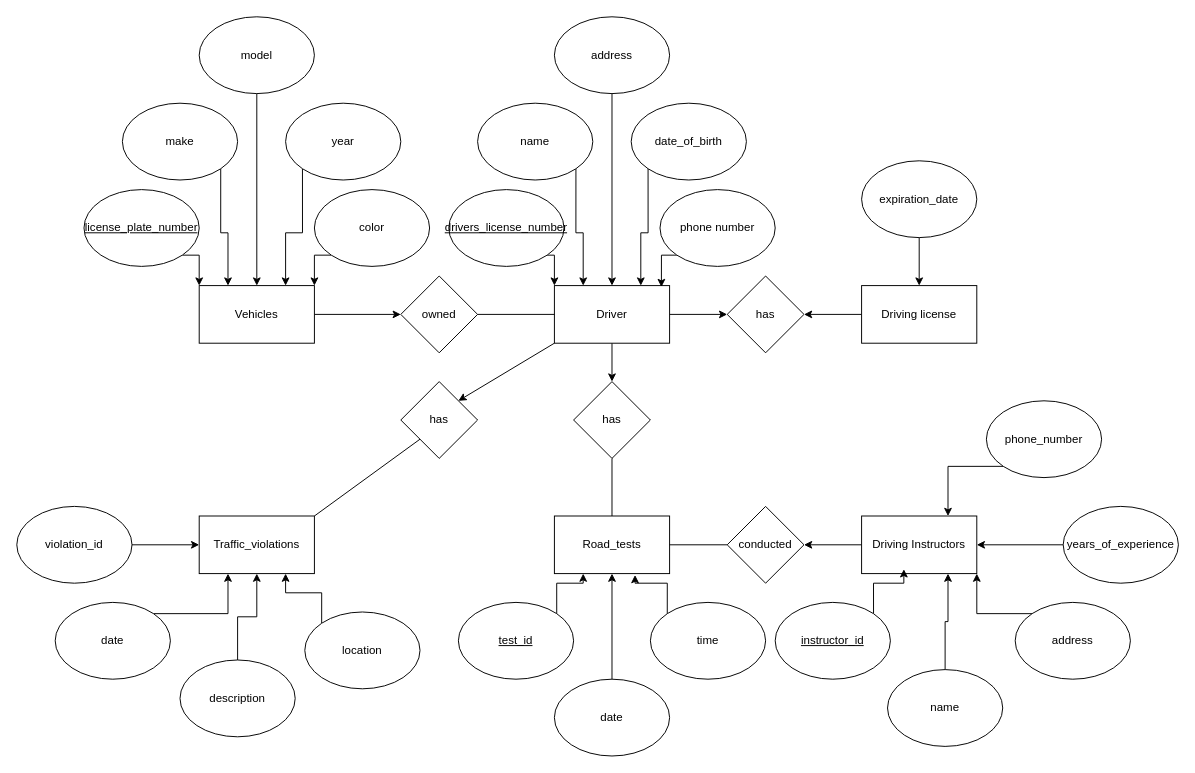
Above: page "Assignment 1" (4 of 4) of Untitled Diagram.drawio in StianVR/DAT220 (draw.io), before the change. Source tidied: cells renumbered, new cells numbered last; positions are measured from the earlier drawing's top-left corner, leaving out a move shared by most shapes. Both pictures are drawn from the tidied source at 96%, with x=0, y=0 at pixel (16, 16).
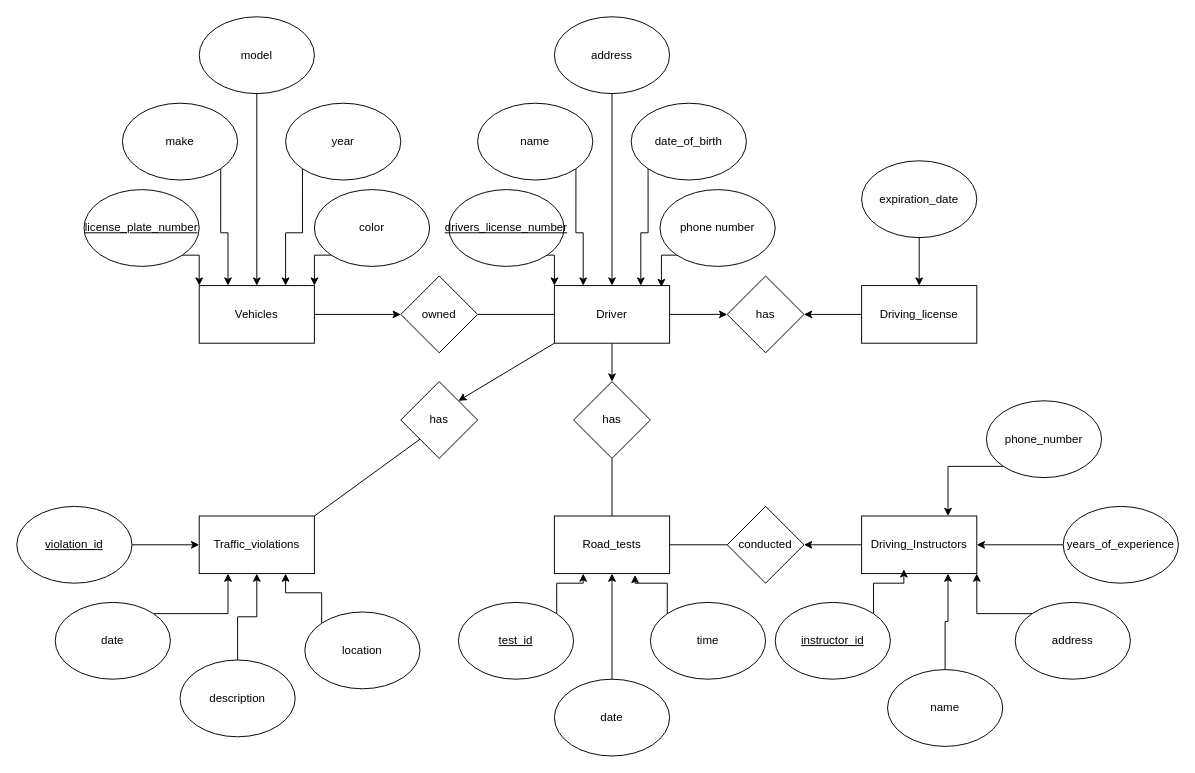
The same diagram, later.

The edit, as a diff of the source:
```diff
@@
-    <mxCell id="8" value="Driving license" style="rounded=0;whiteSpace=wrap;html=1;" parent="1" vertex="1">
+    <mxCell id="8" value="Driving_license" style="rounded=0;whiteSpace=wrap;html=1;" parent="1" vertex="1">
       <mxGeometry x="880" y="280" width="120" height="60" as="geometry" />
     </mxCell>
@@
-    <mxCell id="33" value="Driving Instructors" style="rounded=0;whiteSpace=wrap;html=1;" parent="1" vertex="1">
+    <mxCell id="33" value="Driving_Instructors" style="rounded=0;whiteSpace=wrap;html=1;" parent="1" vertex="1">
       <mxGeometry x="880" y="520" width="120" height="60" as="geometry" />
     </mxCell>
@@
-    <mxCell id="62" value="violation_id" style="ellipse;whiteSpace=wrap;html=1;" parent="1" vertex="1">
+    <mxCell id="62" value="&lt;u&gt;violation_id&lt;/u&gt;" style="ellipse;whiteSpace=wrap;html=1;" parent="1" vertex="1">
       <mxGeometry y="510" width="120" height="80" as="geometry" />
     </mxCell>
```
